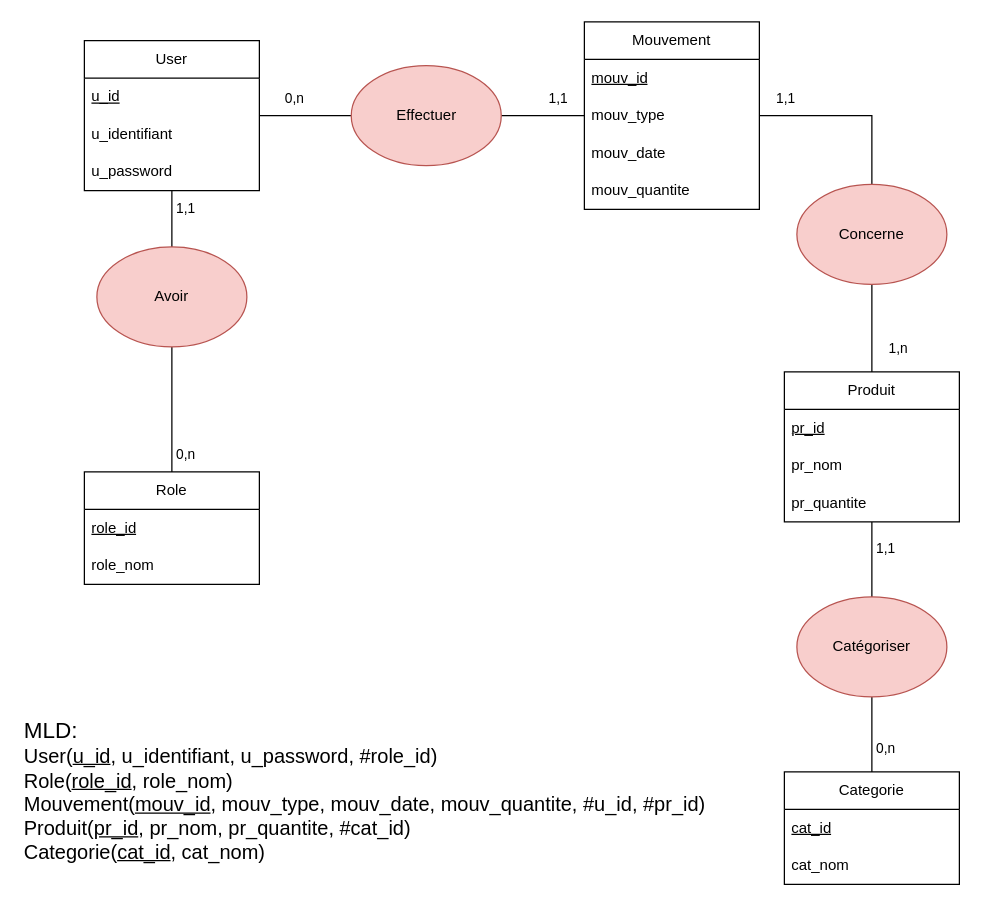
The draw.io diagram MCD.drawio in Mzk-Ali/M2I_ECF2, before the edit. Source tidied: cells renumbered, new cells numbered last; positions are measured from the earlier drawing's top-left corner, leaving out a move shared by most shapes. Both pictures are drawn from the tidied source at 125%, with x=0, y=0 at pixel (21, 21).
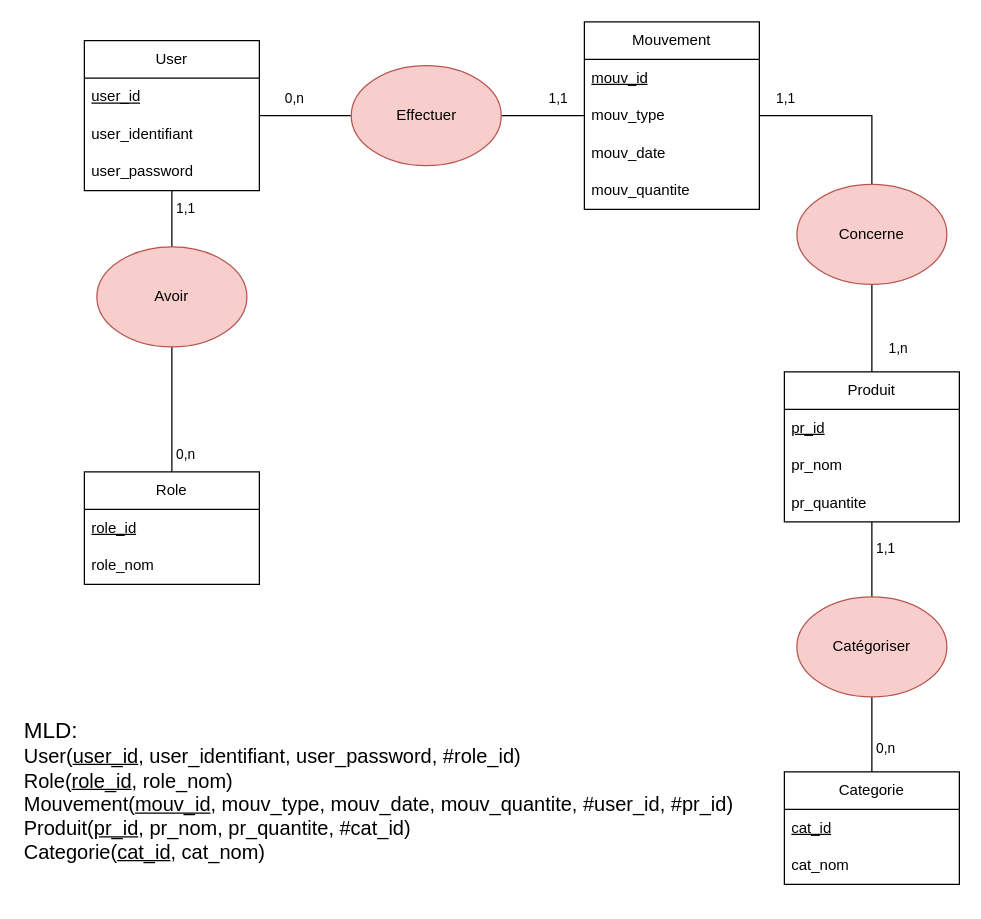
Above is the later version.

Commit message (it also covers changes not shown here):
Mettre à jour MCD.drawio

Unchanged cells that the change refers to:
```xml
<mxCell id="4" value="User" style="swimlane;fontStyle=0;horizontal=1;startSize=30;whiteSpace=wrap;html=1;" parent="1" vertex="1">
  <mxGeometry x="50" y="15" width="140" height="120" as="geometry" />
</mxCell>
```

The edit, as a diff of the source:
```diff
@@
-    <mxCell id="5" value="&lt;u&gt;u_id&lt;/u&gt;" style="text;strokeColor=none;fillColor=none;align=left;verticalAlign=middle;spacingLeft=4;spacingRight=4;overflow=hidden;whiteSpace=wrap;html=1;" parent="4" vertex="1">
+    <mxCell id="5" value="&lt;u&gt;user_id&lt;/u&gt;" style="text;strokeColor=none;fillColor=none;align=left;verticalAlign=middle;spacingLeft=4;spacingRight=4;overflow=hidden;whiteSpace=wrap;html=1;" parent="4" vertex="1">
       <mxGeometry y="30" width="140" height="30" as="geometry" />
     </mxCell>
-    <mxCell id="6" value="u_identifiant" style="text;strokeColor=none;fillColor=none;align=left;verticalAlign=middle;spacingLeft=4;spacingRight=4;overflow=hidden;whiteSpace=wrap;html=1;" parent="4" vertex="1">
+    <mxCell id="6" value="user_identifiant" style="text;strokeColor=none;fillColor=none;align=left;verticalAlign=middle;spacingLeft=4;spacingRight=4;overflow=hidden;whiteSpace=wrap;html=1;" parent="4" vertex="1">
       <mxGeometry y="60" width="140" height="30" as="geometry" />
     </mxCell>
-    <mxCell id="7" value="u_password" style="text;strokeColor=none;fillColor=none;align=left;verticalAlign=middle;spacingLeft=4;spacingRight=4;overflow=hidden;whiteSpace=wrap;html=1;" parent="4" vertex="1">
+    <mxCell id="7" value="user_password" style="text;strokeColor=none;fillColor=none;align=left;verticalAlign=middle;spacingLeft=4;spacingRight=4;overflow=hidden;whiteSpace=wrap;html=1;" parent="4" vertex="1">
       <mxGeometry y="90" width="140" height="30" as="geometry" />
     </mxCell>
@@
-    <mxCell id="41" value="&lt;font style=&quot;font-size: 18px;&quot;&gt;MLD:&lt;/font&gt;&lt;div&gt;&lt;font style=&quot;font-size: 16px;&quot;&gt;User(&lt;u&gt;u_id&lt;/u&gt;, u_identifiant, u_password, #role_id)&lt;/font&gt;&lt;/div&gt;&lt;div&gt;&lt;font style=&quot;font-size: 16px;&quot;&gt;Role(&lt;u&gt;role_id&lt;/u&gt;, role_nom)&lt;/font&gt;&lt;/div&gt;&lt;div&gt;&lt;font style=&quot;font-size: 16px;&quot;&gt;Mouvement(&lt;u&gt;mouv_id&lt;/u&gt;, mouv_type, mouv_date, mouv_quantite, #u_id, #pr_id)&lt;/font&gt;&lt;/div&gt;&lt;div&gt;&lt;font style=&quot;font-size: 16px;&quot;&gt;Produit(&lt;u&gt;pr_id&lt;/u&gt;, pr_nom, pr_quantite, #cat_id)&lt;/font&gt;&lt;/div&gt;&lt;div&gt;&lt;font style=&quot;font-size: 16px;&quot;&gt;Categorie(&lt;u style=&quot;&quot;&gt;cat_id&lt;/u&gt;, cat_nom)&lt;/font&gt;&lt;/div&gt;" style="text;html=1;align=left;verticalAlign=middle;whiteSpace=wrap;rounded=0;" parent="1" vertex="1">
+    <mxCell id="41" value="&lt;font style=&quot;font-size: 18px;&quot;&gt;MLD:&lt;/font&gt;&lt;div&gt;&lt;font style=&quot;font-size: 16px;&quot;&gt;User(&lt;u&gt;user_id&lt;/u&gt;, user_identifiant, user_password, #role_id)&lt;/font&gt;&lt;/div&gt;&lt;div&gt;&lt;font style=&quot;font-size: 16px;&quot;&gt;Role(&lt;u&gt;role_id&lt;/u&gt;, role_nom)&lt;/font&gt;&lt;/div&gt;&lt;div&gt;&lt;font style=&quot;font-size: 16px;&quot;&gt;Mouvement(&lt;u&gt;mouv_id&lt;/u&gt;, mouv_type, mouv_date, mouv_quantite, #user_id, #pr_id)&lt;/font&gt;&lt;/div&gt;&lt;div&gt;&lt;font style=&quot;font-size: 16px;&quot;&gt;Produit(&lt;u&gt;pr_id&lt;/u&gt;, pr_nom, pr_quantite, #cat_id)&lt;/font&gt;&lt;/div&gt;&lt;div&gt;&lt;font style=&quot;font-size: 16px;&quot;&gt;Categorie(&lt;u style=&quot;&quot;&gt;cat_id&lt;/u&gt;, cat_nom)&lt;/font&gt;&lt;/div&gt;" style="text;html=1;align=left;verticalAlign=middle;whiteSpace=wrap;rounded=0;" parent="1" vertex="1">
       <mxGeometry y="530" width="580" height="170" as="geometry" />
     </mxCell>
```
